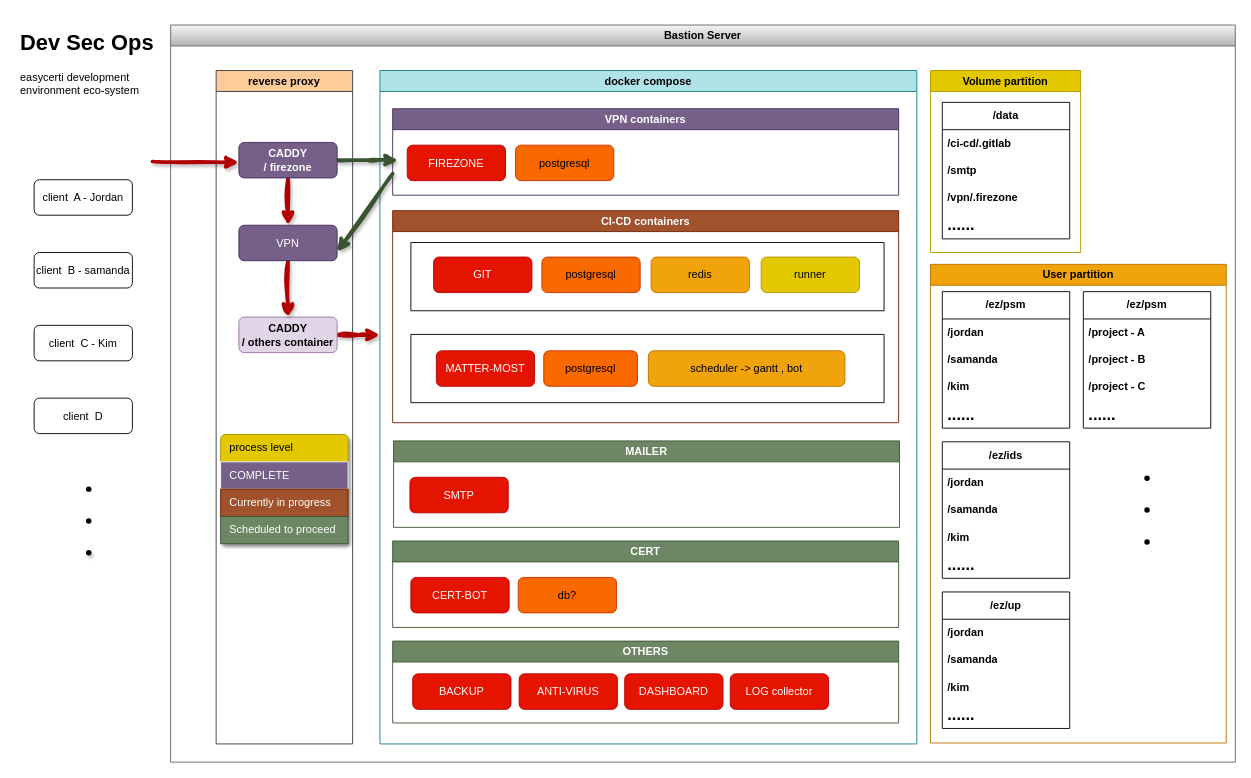
Above: page "current" (2 of 3) of dev-sec-ops.drawio in angelinurs/drawio (draw.io), before the change. Source tidied: cells renumbered, new cells numbered last; positions are measured from the earlier drawing's top-left corner, leaving out a move shared by most shapes. Both pictures are drawn from the tidied source at 91%, with x=0, y=0 at pixel (15, 25).
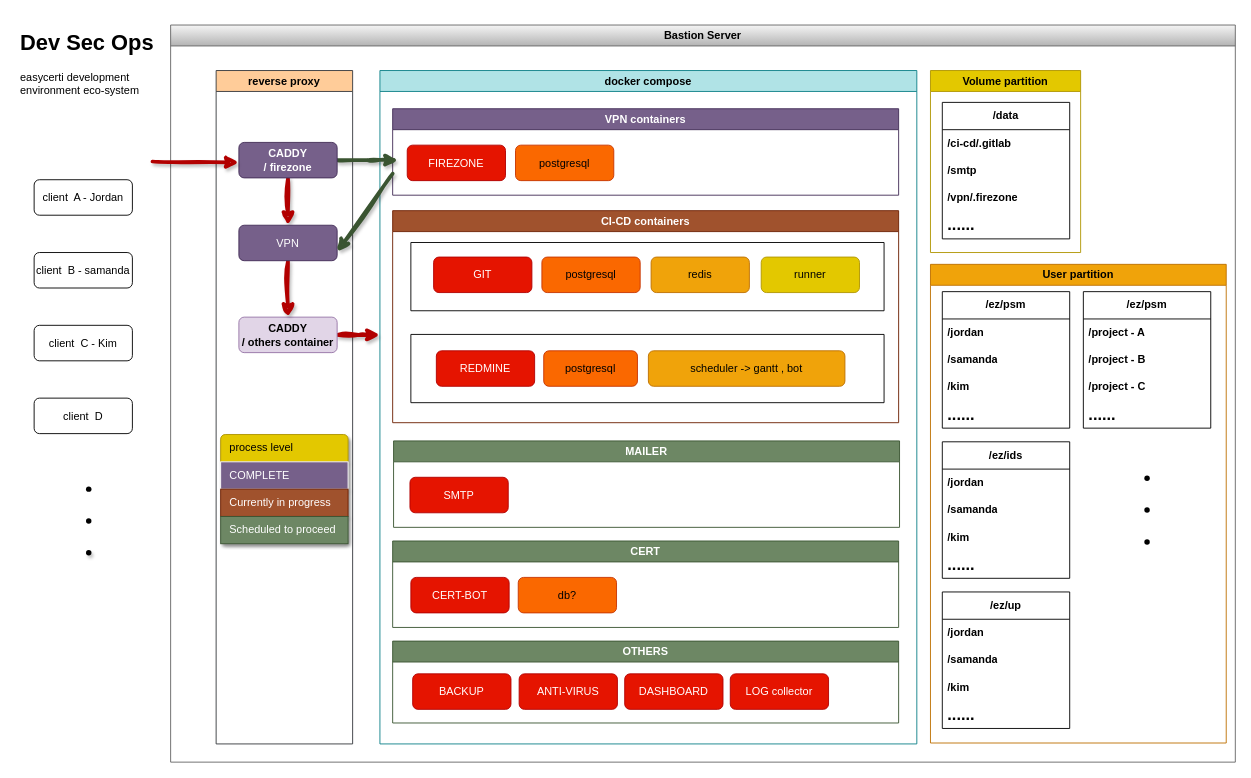
The same page after the edit.

Unchanged cells that the change refers to:
```xml
<mxCell id="5" value="docker compose" style="swimlane;whiteSpace=wrap;html=1;fillColor=#b0e3e6;strokeColor=#0e8088;" parent="4" vertex="1">
  <mxGeometry x="230" y="50" width="590" height="740" as="geometry" />
</mxCell>
```

The edit, as a diff of the source:
```diff
@@
-    <mxCell id="10" value="MATTER-MOST" style="rounded=1;whiteSpace=wrap;html=1;fillColor=#e51400;fontColor=#ffffff;strokeColor=#B20000;" parent="5" vertex="1">
+    <mxCell id="10" value="REDMINE" style="rounded=1;whiteSpace=wrap;html=1;fillColor=#e51400;fontColor=#ffffff;strokeColor=#B20000;" parent="5" vertex="1">
       <mxGeometry x="62" y="308" width="108" height="39" as="geometry" />
     </mxCell>
```
